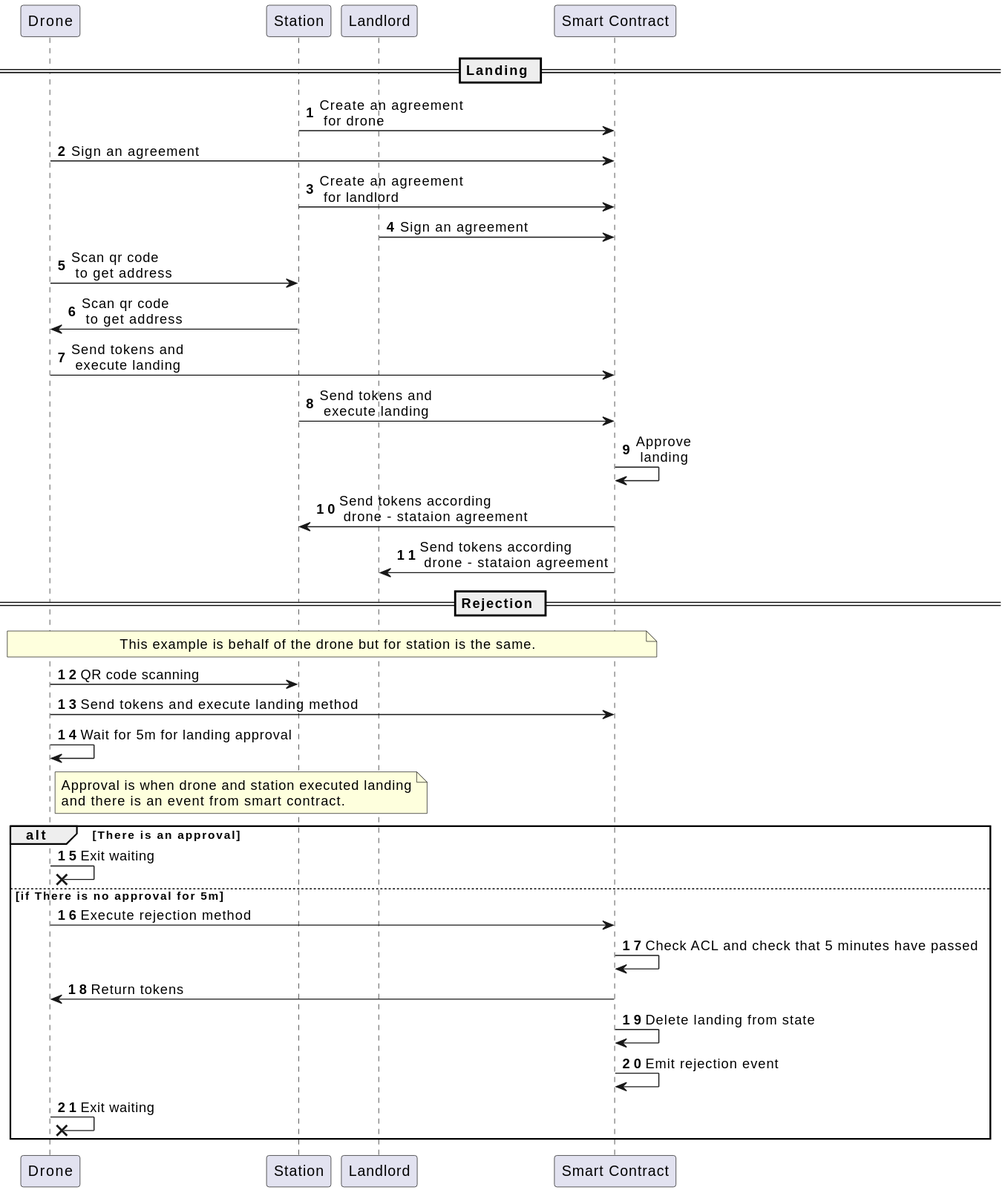
staex-io/rise-next keeps this PlantUML diagram as docs/render/GroundCycle.svg. Above is the earlier version.
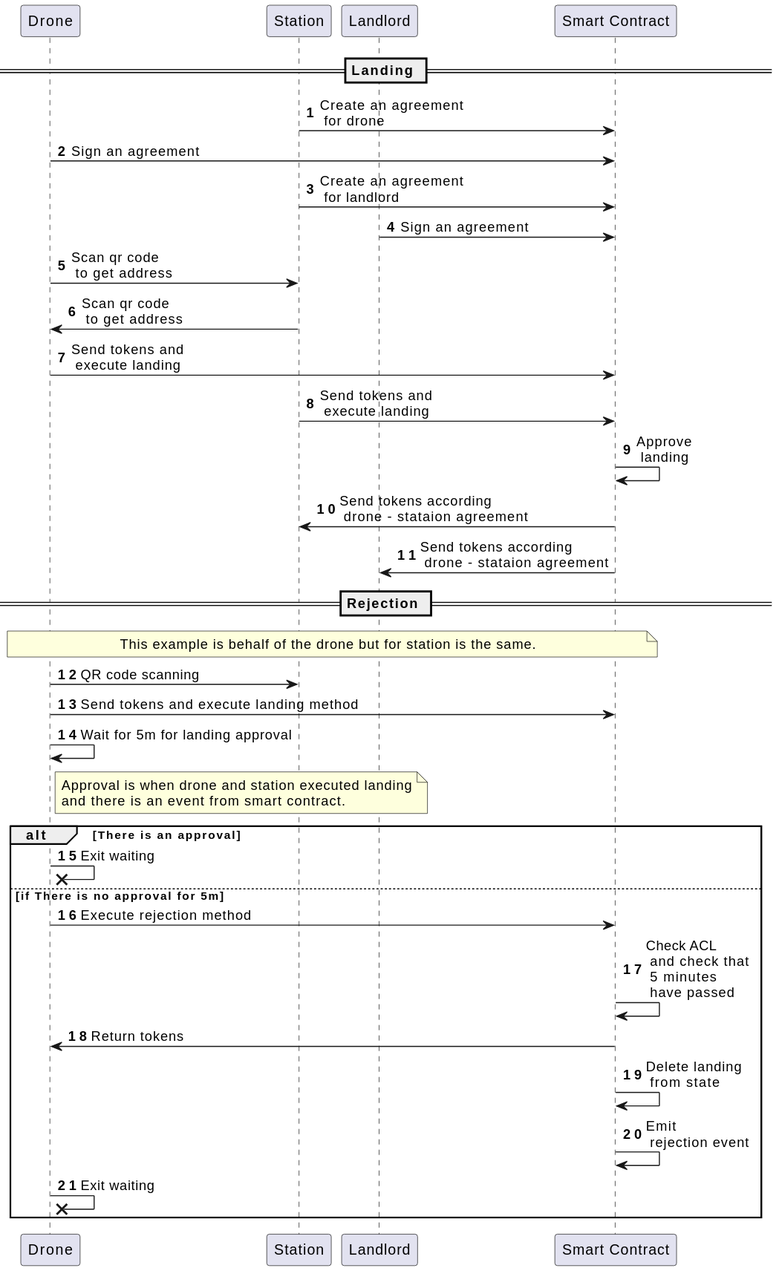
After the change.

Change to the diagram source:
```diff
@@ -37,10 +37,10 @@
 drone ->x drone: Exit waiting
 else if There is no approval for 5m
 drone -> sc: Execute rejection method
-sc -> sc: Check ACL and check that 5 minutes have passed
+sc -> sc: Check ACL\n and check that\n 5 minutes\n have passed
 sc -> drone: Return tokens
-sc -> sc: Delete landing from state
-sc -> sc: Emit rejection event
+sc -> sc: Delete landing\n from state
+sc -> sc: Emit\n rejection event
 drone ->x drone: Exit waiting
 end
 @enduml
```
